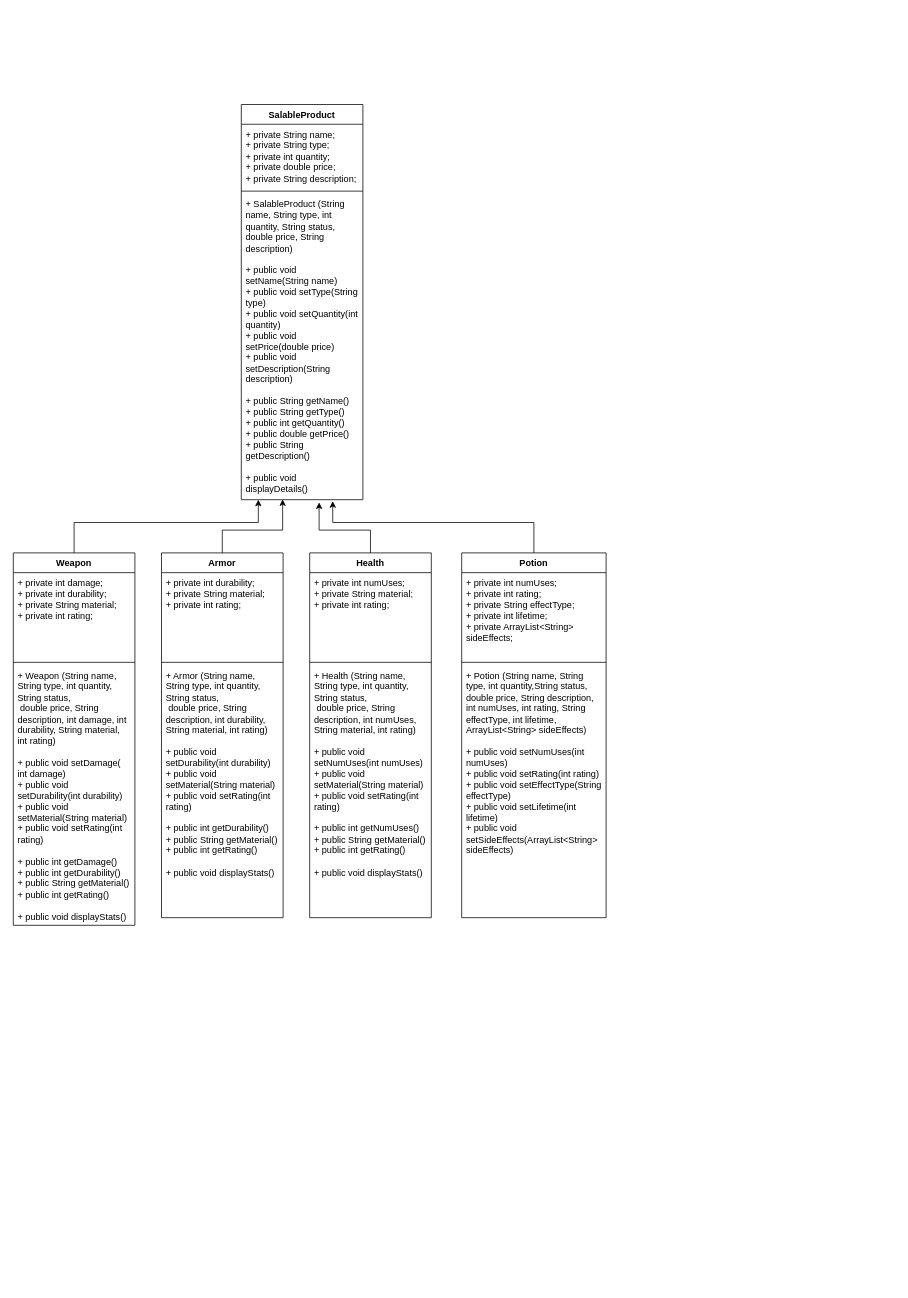
Before: CST-239 (Java II)/workspaceCST-239/classProject/UMLs/ClassProjectUMLs.drawio in Kohl2233/KohlGCU, a draw.io diagram. Source tidied: cells renumbered, new cells numbered last; positions are measured from the earlier drawing's top-left corner, leaving out a move shared by most shapes. Both pictures are drawn from the tidied source at 76%, with x=0, y=0 at pixel (13, 104).
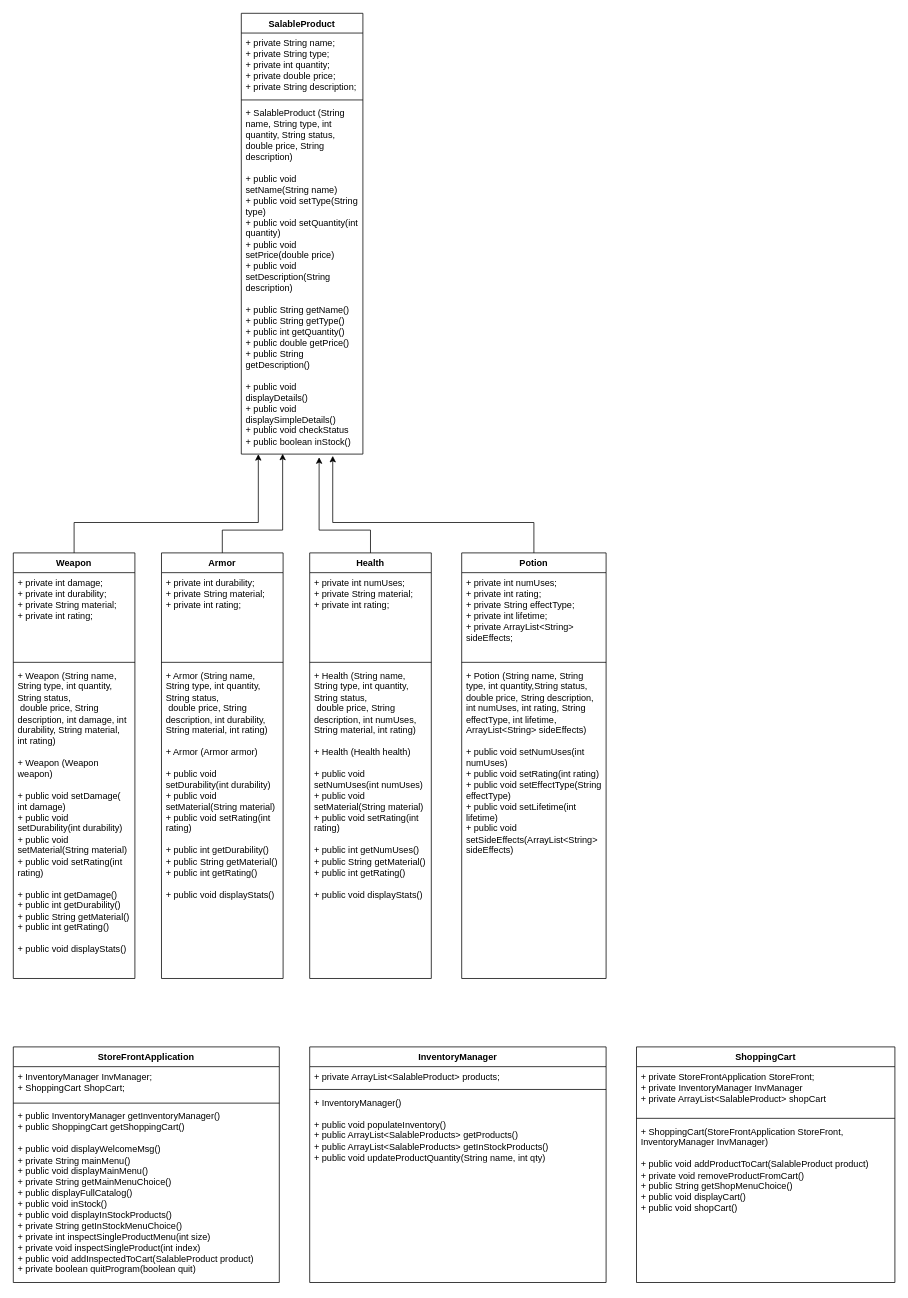
After the change.

What changed in the source:
```diff
@@
     <mxCell id="2" value="SalableProduct" style="swimlane;fontStyle=1;align=center;verticalAlign=top;horizontal=1;startSize=26;whiteSpace=wrap;html=1;" parent="1" vertex="1">
-      <mxGeometry x="300" width="160" height="520" as="geometry" />
+      <mxGeometry x="300" y="-120" width="160" height="580" as="geometry" />
     </mxCell>
@@
-    <mxCell id="5" value="+ SalableProduct (String name, String type, int quantity, String status,&amp;nbsp; double price, String description)&lt;br&gt;&lt;br&gt;+ public void setName(String name)&lt;br&gt;+ public void setType(String type)&lt;br&gt;+ public void setQuantity(int quantity)&lt;br&gt;+ public void setPrice(double price)&lt;br&gt;+ public void setDescription(String description)&lt;br&gt;&lt;br&gt;+ public String getName()&lt;br&gt;+ public String getType()&lt;br&gt;+ public int getQuantity()&lt;br&gt;+ public double getPrice()&lt;br&gt;+ public String getDescription()&lt;br&gt;&lt;br&gt;+ public void displayDetails()" style="text;strokeColor=none;fillColor=none;align=left;verticalAlign=top;spacingLeft=4;spacingRight=4;overflow=hidden;points=[[0,0.5],[1,0.5]];portConstraint=eastwest;whiteSpace=wrap;html=1;" parent="2" vertex="1">
-      <mxGeometry y="118" width="160" height="402" as="geometry" />
+    <mxCell id="5" value="+ SalableProduct (String name, String type, int quantity, String status,&amp;nbsp; double price, String description)&lt;br&gt;&lt;br&gt;+ public void setName(String name)&lt;br&gt;+ public void setType(String type)&lt;br&gt;+ public void setQuantity(int quantity)&lt;br&gt;+ public void setPrice(double price)&lt;br&gt;+ public void setDescription(String description)&lt;br&gt;&lt;br&gt;+ public String getName()&lt;br&gt;+ public String getType()&lt;br&gt;+ public int getQuantity()&lt;br&gt;+ public double getPrice()&lt;br&gt;+ public String getDescription()&lt;br&gt;&lt;br&gt;+ public void displayDetails()&lt;br&gt;+ public void displaySimpleDetails()&lt;br&gt;+ public void checkStatus&lt;br&gt;+ public boolean inStock()" style="text;strokeColor=none;fillColor=none;align=left;verticalAlign=top;spacingLeft=4;spacingRight=4;overflow=hidden;points=[[0,0.5],[1,0.5]];portConstraint=eastwest;whiteSpace=wrap;html=1;" parent="2" vertex="1">
+      <mxGeometry y="118" width="160" height="462" as="geometry" />
     </mxCell>
@@
     <mxCell id="7" value="Armor" style="swimlane;fontStyle=1;align=center;verticalAlign=top;horizontal=1;startSize=26;whiteSpace=wrap;html=1;" parent="1" vertex="1">
-      <mxGeometry x="195" y="590" width="160" height="480" as="geometry" />
+      <mxGeometry x="195" y="590" width="160" height="560" as="geometry" />
     </mxCell>
@@
-    <mxCell id="10" value="+ Armor (String name, String type, int quantity, String status,&lt;br&gt;&amp;nbsp;double price, String description, int durability, String material, int rating)&lt;br&gt;&lt;br&gt;+ public void setDurability(int durability)&lt;br&gt;+ public void setMaterial(String material)&lt;br&gt;+ public void setRating(int rating)&lt;br&gt;&lt;br&gt;+ public int getDurability()&lt;br&gt;+ public String getMaterial()&lt;br&gt;+ public int getRating()&lt;br&gt;&lt;br&gt;+ public void displayStats()" style="text;strokeColor=none;fillColor=none;align=left;verticalAlign=top;spacingLeft=4;spacingRight=4;overflow=hidden;whiteSpace=wrap;html=1;" parent="7" vertex="1">
-      <mxGeometry y="148" width="160" height="332" as="geometry" />
+    <mxCell id="10" value="+ Armor (String name, String type, int quantity, String status,&lt;br&gt;&amp;nbsp;double price, String description, int durability, String material, int rating)&lt;br&gt;&lt;br&gt;+ Armor (Armor armor)&lt;br&gt;&lt;br&gt;+ public void setDurability(int durability)&lt;br&gt;+ public void setMaterial(String material)&lt;br&gt;+ public void setRating(int rating)&lt;br&gt;&lt;br&gt;+ public int getDurability()&lt;br&gt;+ public String getMaterial()&lt;br&gt;+ public int getRating()&lt;br&gt;&lt;br&gt;+ public void displayStats()" style="text;strokeColor=none;fillColor=none;align=left;verticalAlign=top;spacingLeft=4;spacingRight=4;overflow=hidden;whiteSpace=wrap;html=1;" parent="7" vertex="1">
+      <mxGeometry y="148" width="160" height="412" as="geometry" />
     </mxCell>
@@
     <mxCell id="12" value="Weapon" style="swimlane;fontStyle=1;align=center;verticalAlign=top;horizontal=1;startSize=26;whiteSpace=wrap;html=1;" parent="1" vertex="1">
-      <mxGeometry y="590" width="160" height="490" as="geometry" />
+      <mxGeometry y="590" width="160" height="560" as="geometry" />
     </mxCell>
@@
-    <mxCell id="15" value="+ Weapon (String name, String type, int quantity, String status,&amp;nbsp;&lt;br&gt;&amp;nbsp;double price, String description, int damage, int durability, String material, int rating)&lt;br&gt;&lt;br&gt;+ public void setDamage( int damage)&lt;br&gt;+ public void setDurability(int durability)&lt;br&gt;+ public void setMaterial(String material)&lt;br&gt;+ public void setRating(int rating)&lt;br&gt;&lt;br&gt;+ public int getDamage()&lt;br&gt;+ public int getDurability()&lt;br&gt;+ public String getMaterial()&lt;br&gt;+ public int getRating()&lt;br&gt;&lt;br&gt;+ public void displayStats()" style="text;strokeColor=none;fillColor=none;align=left;verticalAlign=top;spacingLeft=4;spacingRight=4;overflow=hidden;whiteSpace=wrap;html=1;" parent="12" vertex="1">
-      <mxGeometry y="148" width="160" height="342" as="geometry" />
+    <mxCell id="15" value="+ Weapon (String name, String type, int quantity, String status,&amp;nbsp;&lt;br&gt;&amp;nbsp;double price, String description, int damage, int durability, String material, int rating)&lt;br&gt;&lt;br&gt;+ Weapon (Weapon weapon)&lt;br&gt;&lt;br&gt;+ public void setDamage( int damage)&lt;br&gt;+ public void setDurability(int durability)&lt;br&gt;+ public void setMaterial(String material)&lt;br&gt;+ public void setRating(int rating)&lt;br&gt;&lt;br&gt;+ public int getDamage()&lt;br&gt;+ public int getDurability()&lt;br&gt;+ public String getMaterial()&lt;br&gt;+ public int getRating()&lt;br&gt;&lt;br&gt;+ public void displayStats()" style="text;strokeColor=none;fillColor=none;align=left;verticalAlign=top;spacingLeft=4;spacingRight=4;overflow=hidden;whiteSpace=wrap;html=1;" parent="12" vertex="1">
+      <mxGeometry y="148" width="160" height="412" as="geometry" />
     </mxCell>
@@
     <mxCell id="17" value="Health" style="swimlane;fontStyle=1;align=center;verticalAlign=top;horizontal=1;startSize=26;whiteSpace=wrap;html=1;" parent="1" vertex="1">
-      <mxGeometry x="390" y="590" width="160" height="480" as="geometry" />
+      <mxGeometry x="390" y="590" width="160" height="560" as="geometry" />
     </mxCell>
@@
-    <mxCell id="20" value="+ Health (String name, String type, int quantity, String status,&amp;nbsp;&lt;br&gt;&amp;nbsp;double price, String description, int numUses, String material, int rating)&lt;br&gt;&lt;br&gt;+ public void setNumUses(int numUses)&lt;br&gt;+ public void setMaterial(String material)&lt;br&gt;+ public void setRating(int rating)&lt;br&gt;&lt;br&gt;+ public int getNumUses()&lt;br&gt;+ public String getMaterial()&lt;br&gt;+ public int getRating()&lt;br&gt;&lt;br&gt;+ public void displayStats()" style="text;strokeColor=none;fillColor=none;align=left;verticalAlign=top;spacingLeft=4;spacingRight=4;overflow=hidden;whiteSpace=wrap;html=1;" parent="17" vertex="1">
-      <mxGeometry y="148" width="160" height="332" as="geometry" />
+    <mxCell id="20" value="+ Health (String name, String type, int quantity, String status,&amp;nbsp;&lt;br&gt;&amp;nbsp;double price, String description, int numUses, String material, int rating)&lt;br&gt;&lt;br&gt;+ Health (Health health)&lt;br&gt;&lt;br&gt;+ public void setNumUses(int numUses)&lt;br&gt;+ public void setMaterial(String material)&lt;br&gt;+ public void setRating(int rating)&lt;br&gt;&lt;br&gt;+ public int getNumUses()&lt;br&gt;+ public String getMaterial()&lt;br&gt;+ public int getRating()&lt;br&gt;&lt;br&gt;+ public void displayStats()" style="text;strokeColor=none;fillColor=none;align=left;verticalAlign=top;spacingLeft=4;spacingRight=4;overflow=hidden;whiteSpace=wrap;html=1;" parent="17" vertex="1">
+      <mxGeometry y="148" width="160" height="412" as="geometry" />
     </mxCell>
@@
     <mxCell id="22" value="Potion" style="swimlane;fontStyle=1;align=center;verticalAlign=top;horizontal=1;startSize=26;whiteSpace=wrap;html=1;" parent="1" vertex="1">
-      <mxGeometry x="590" y="590" width="190" height="480" as="geometry" />
+      <mxGeometry x="590" y="590" width="190" height="560" as="geometry" />
     </mxCell>
@@
     <mxCell id="25" value="+ Potion (String name, String type, int quantity,String status,&amp;nbsp;&lt;br&gt;double price, String description, int numUses, int rating, String effectType, int lifetime, ArrayList&amp;lt;String&amp;gt; sideEffects)&lt;br&gt;&lt;br&gt;+ public void setNumUses(int numUses)&lt;br&gt;+ public void setRating(int rating)&amp;nbsp;&lt;br&gt;+ public void setEffectType(String effectType)&lt;br&gt;+ public void setLifetime(int lifetime)&lt;br&gt;+ public void setSideEffects(ArrayList&amp;lt;String&amp;gt; sideEffects)" style="text;strokeColor=none;fillColor=none;align=left;verticalAlign=top;spacingLeft=4;spacingRight=4;overflow=hidden;whiteSpace=wrap;html=1;" parent="22" vertex="1">
-      <mxGeometry y="148" width="190" height="332" as="geometry" />
+      <mxGeometry y="148" width="190" height="412" as="geometry" />
     </mxCell>
+    <mxCell id="26" value="StoreFrontApplication" style="swimlane;fontStyle=1;align=center;verticalAlign=top;horizontal=1;startSize=26;whiteSpace=wrap;html=1;" parent="1" vertex="1">
+      <mxGeometry y="1240" width="350" height="310" as="geometry" />
+    </mxCell>
+    <mxCell id="27" value="+ InventoryManager InvManager;&lt;br&gt;+ ShoppingCart ShopCart;" style="text;strokeColor=none;fillColor=none;align=left;verticalAlign=top;spacingLeft=4;spacingRight=4;overflow=hidden;whiteSpace=wrap;html=1;" parent="26" vertex="1">
+      <mxGeometry y="26" width="350" height="44" as="geometry" />
+    </mxCell>
+    <mxCell id="28" style="line;strokeWidth=1;fillColor=none;align=left;verticalAlign=middle;spacingTop=-1;spacingLeft=3;spacingRight=3;labelPosition=right;strokeColor=inherit;" parent="26" vertex="1">
+      <mxGeometry y="70" width="350" height="8" as="geometry" />
+    </mxCell>
+    <mxCell id="29" value="+ public InventoryManager getInventoryManager()&lt;br&gt;+ public ShoppingCart getShoppingCart()&lt;br&gt;&lt;br&gt;+ public void displayWelcomeMsg()&lt;br&gt;+ private String mainMenu()&lt;br&gt;+ public void displayMainMenu()&lt;br&gt;+ private String getMainMenuChoice()&lt;br&gt;+ public displayFullCatalog()&lt;br&gt;+ public void inStock()&lt;br&gt;+ public void displayInStockProducts()&lt;br&gt;+ private String getInStockMenuChoice()&lt;br&gt;+ private int inspectSingleProductMenu(int size)&lt;br&gt;+ private void inspectSingleProduct(int index)&lt;br&gt;+ public void addInspectedToCart(SalableProduct product)&lt;br&gt;+ private boolean quitProgram(boolean quit)&lt;br&gt;" style="text;strokeColor=none;fillColor=none;align=left;verticalAlign=top;spacingLeft=4;spacingRight=4;overflow=hidden;whiteSpace=wrap;html=1;" parent="26" vertex="1">
+      <mxGeometry y="78" width="350" height="232" as="geometry" />
+    </mxCell>
+    <mxCell id="30" value="InventoryManager" style="swimlane;fontStyle=1;align=center;verticalAlign=top;horizontal=1;startSize=26;whiteSpace=wrap;html=1;" parent="1" vertex="1">
+      <mxGeometry x="390" y="1240" width="390" height="310" as="geometry" />
+    </mxCell>
+    <mxCell id="31" value="+ private ArrayList&amp;lt;SalableProduct&amp;gt; products;" style="text;strokeColor=none;fillColor=none;align=left;verticalAlign=top;spacingLeft=4;spacingRight=4;overflow=hidden;whiteSpace=wrap;html=1;" parent="30" vertex="1">
+      <mxGeometry y="26" width="390" height="26" as="geometry" />
+    </mxCell>
+    <mxCell id="32" style="line;strokeWidth=1;fillColor=none;align=left;verticalAlign=middle;spacingTop=-1;spacingLeft=3;spacingRight=3;labelPosition=right;strokeColor=inherit;" parent="30" vertex="1">
+      <mxGeometry y="52" width="390" height="8" as="geometry" />
+    </mxCell>
+    <mxCell id="33" value="+ InventoryManager()&lt;br&gt;&lt;br&gt;+ public void populateInventory()&lt;br&gt;+ public ArrayList&amp;lt;SalableProducts&amp;gt; getProducts()&lt;br&gt;+ public ArrayList&amp;lt;SalableProducts&amp;gt; getInStockProducts()&lt;br&gt;+ public void updateProductQuantity(String name, int qty)" style="text;strokeColor=none;fillColor=none;align=left;verticalAlign=top;spacingLeft=4;spacingRight=4;overflow=hidden;whiteSpace=wrap;html=1;" parent="30" vertex="1">
+      <mxGeometry y="60" width="390" height="250" as="geometry" />
+    </mxCell>
+    <mxCell id="34" value="ShoppingCart" style="swimlane;fontStyle=1;align=center;verticalAlign=top;horizontal=1;startSize=26;whiteSpace=wrap;html=1;" parent="1" vertex="1">
+      <mxGeometry x="820" y="1240" width="340" height="310" as="geometry" />
+    </mxCell>
+    <mxCell id="35" value="+ private StoreFrontApplication StoreFront;&lt;br&gt;+ private InventoryManager InvManager&lt;br&gt;+ private ArrayList&amp;lt;SalableProduct&amp;gt; shopCart" style="text;strokeColor=none;fillColor=none;align=left;verticalAlign=top;spacingLeft=4;spacingRight=4;overflow=hidden;whiteSpace=wrap;html=1;" parent="34" vertex="1">
+      <mxGeometry y="26" width="340" height="64" as="geometry" />
+    </mxCell>
+    <mxCell id="36" style="line;strokeWidth=1;fillColor=none;align=left;verticalAlign=middle;spacingTop=-1;spacingLeft=3;spacingRight=3;labelPosition=right;strokeColor=inherit;" parent="34" vertex="1">
+      <mxGeometry y="90" width="340" height="8" as="geometry" />
+    </mxCell>
+    <mxCell id="37" value="+ ShoppingCart(StoreFrontApplication StoreFront, InventoryManager InvManager)&lt;br&gt;&lt;br&gt;+ public void addProductToCart(SalableProduct product)&lt;br&gt;+ private void removeProductFromCart()&lt;br&gt;+ public String getShopMenuChoice()&lt;br&gt;+ public void displayCart()&lt;br&gt;+ public void shopCart()" style="text;strokeColor=none;fillColor=none;align=left;verticalAlign=top;spacingLeft=4;spacingRight=4;overflow=hidden;whiteSpace=wrap;html=1;" parent="34" vertex="1">
+      <mxGeometry y="98" width="340" height="212" as="geometry" />
+    </mxCell>
```
